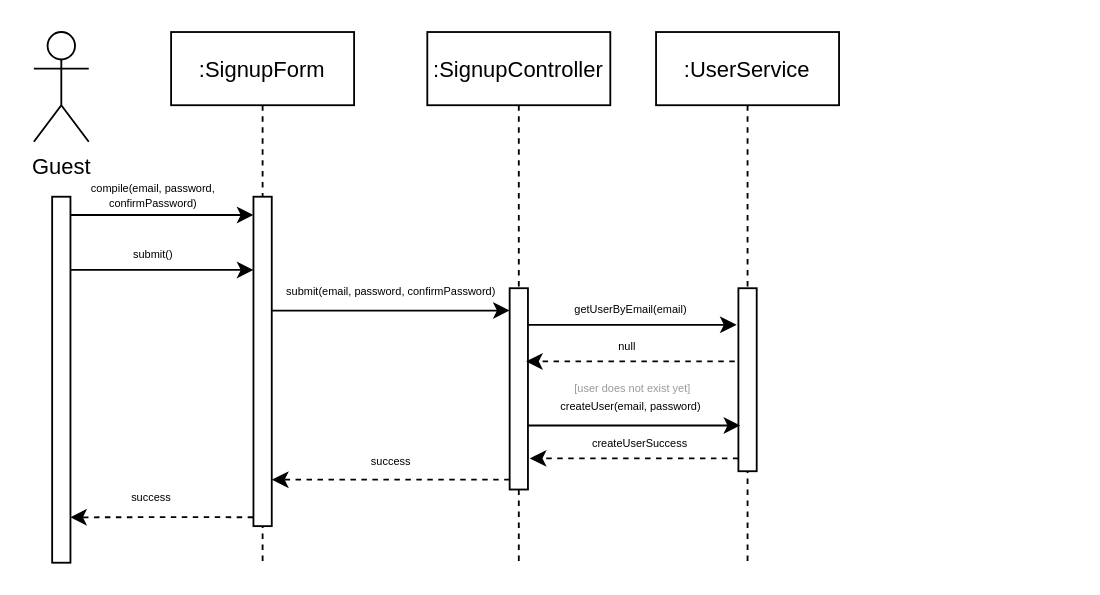
Gprisco/winer-unisa keeps this draw.io diagram as page "Registrazione" (1 of 2) of Docs/Requirements Analysis/Diagrams/Sequence Diagrams/Autenticazione/Winer.SequenceDiagrams.Autenticazione.drawio. Above is the earlier version. Source tidied: cells renumbered, new cells numbered last; positions are measured from the earlier drawing's top-left corner, leaving out a move shared by most shapes. Both pictures are drawn from the tidied source at 183%, with x=0, y=0 at pixel (33, 31).
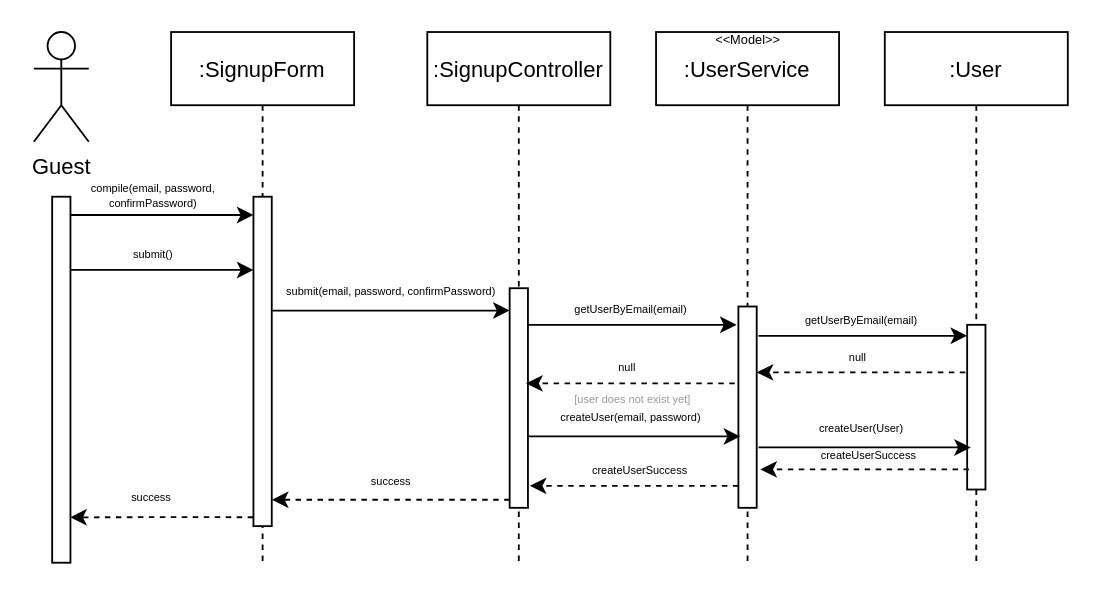
The same diagram, later.

Unchanged cells that the change refers to:
```xml
<mxCell id="3" style="points=[];perimeter=orthogonalPerimeter;rounded=0;shadow=0;strokeWidth=1;" parent="2" vertex="1">
  <mxGeometry x="45" y="90" width="10" height="180" as="geometry" />
</mxCell>
<mxCell id="7" value=":SignupController" style="shape=umlLifeline;perimeter=lifelinePerimeter;rounded=0;shadow=0;strokeWidth=1;" parent="1" vertex="1">
  <mxGeometry x="215" width="100" height="290" as="geometry" />
</mxCell>
<mxCell id="14" value=":UserService" style="shape=umlLifeline;perimeter=lifelinePerimeter;rounded=0;shadow=0;strokeWidth=1;" parent="1" vertex="1">
  <mxGeometry x="340" width="100" height="290" as="geometry" />
</mxCell>
```

Change to the diagram source:
```diff
@@
     <mxCell id="8" style="points=[];perimeter=orthogonalPerimeter;rounded=0;shadow=0;strokeWidth=1;" parent="7" vertex="1">
-      <mxGeometry x="45" y="140" width="10" height="110" as="geometry" />
+      <mxGeometry x="45" y="140" width="10" height="120" as="geometry" />
     </mxCell>
@@
     <mxCell id="15" style="points=[];perimeter=orthogonalPerimeter;rounded=0;shadow=0;strokeWidth=1;" parent="14" vertex="1">
-      <mxGeometry x="45" y="140" width="10" height="100" as="geometry" />
+      <mxGeometry x="45" y="150" width="10" height="110" as="geometry" />
     </mxCell>
     <mxCell id="16" value="createUserSuccess" style="text;html=1;align=center;verticalAlign=middle;strokeColor=none;fillColor=none;fontSize=6;" parent="14" vertex="1">
-      <mxGeometry x="-44" y="220" width="70" height="10" as="geometry" />
+      <mxGeometry x="-44" y="235" width="70" height="10" as="geometry" />
     </mxCell>
+    <mxCell id="29" value="&amp;lt;&amp;lt;Model&amp;gt;&amp;gt;" style="text;html=1;align=center;verticalAlign=middle;strokeColor=none;fillColor=none;fontSize=7;" parent="14" vertex="1">
+      <mxGeometry x="25" width="50" height="10" as="geometry" />
+    </mxCell>
@@
     <mxCell id="19" style="edgeStyle=orthogonalEdgeStyle;rounded=0;orthogonalLoop=1;jettySize=auto;html=1;fontSize=6;dashed=1;" parent="1" edge="1">
       <mxGeometry relative="1" as="geometry">
-        <mxPoint x="383" y="180" as="sourcePoint" />
-        <mxPoint x="269" y="180" as="targetPoint" />
+        <mxPoint x="383" y="192" as="sourcePoint" />
+        <mxPoint x="269" y="192" as="targetPoint" />
         <Array as="points">
-          <mxPoint x="269" y="180" />
+          <mxPoint x="269" y="192" />
         </Array>
       </mxGeometry>
     </mxCell>
     <mxCell id="20" value="null" style="text;html=1;align=center;verticalAlign=middle;strokeColor=none;fillColor=none;fontSize=6;" parent="1" vertex="1">
-      <mxGeometry x="314" y="167" width="20" height="10" as="geometry" />
+      <mxGeometry x="314" y="179" width="20" height="10" as="geometry" />
     </mxCell>
-    <mxCell id="21" style="edgeStyle=orthogonalEdgeStyle;rounded=0;jettySize=auto;html=1;entryX=0.1;entryY=0.75;entryDx=0;entryDy=0;entryPerimeter=0;fontSize=6;" parent="1" edge="1" source="8" target="15">
+    <mxCell id="21" style="edgeStyle=orthogonalEdgeStyle;rounded=0;orthogonalLoop=1;jettySize=auto;html=1;entryX=0.1;entryY=0.75;entryDx=0;entryDy=0;entryPerimeter=0;fontSize=6;" parent="1" edge="1">
       <mxGeometry relative="1" as="geometry">
+        <mxPoint x="270" y="221" as="sourcePoint" />
+        <mxPoint x="386" y="221" as="targetPoint" />
         <Array as="points">
-          <mxPoint x="295" y="215" />
-          <mxPoint x="295" y="215" />
+          <mxPoint x="295" y="221" />
+          <mxPoint x="295" y="221" />
         </Array>
       </mxGeometry>
     </mxCell>
     <mxCell id="22" value="createUser(email, password)" style="text;html=1;align=center;verticalAlign=middle;strokeColor=none;fillColor=none;fontSize=6;" parent="1" vertex="1">
-      <mxGeometry x="281" y="200" width="90" height="10" as="geometry" />
+      <mxGeometry x="281" y="206" width="90" height="10" as="geometry" />
     </mxCell>
-    <mxCell id="23" style="edgeStyle=orthogonalEdgeStyle;rounded=0;jettySize=auto;html=1;fontSize=6;dashed=1;" parent="1" edge="1" source="15">
+    <mxCell id="23" style="edgeStyle=orthogonalEdgeStyle;rounded=0;orthogonalLoop=1;jettySize=auto;html=1;fontSize=6;dashed=1;" parent="1" edge="1">
       <mxGeometry relative="1" as="geometry">
-        <mxPoint x="271" y="233" as="targetPoint" />
+        <mxPoint x="385" y="248" as="sourcePoint" />
+        <mxPoint x="271" y="248" as="targetPoint" />
         <Array as="points">
-          <mxPoint x="271" y="233" />
+          <mxPoint x="271" y="248" />
         </Array>
       </mxGeometry>
     </mxCell>
-    <mxCell id="24" style="edgeStyle=orthogonalEdgeStyle;rounded=0;jettySize=auto;html=1;entryX=1.012;entryY=0.859;entryDx=0;entryDy=0;entryPerimeter=0;dashed=1;fontSize=6;" parent="1" edge="1" source="8" target="3">
+    <mxCell id="24" style="edgeStyle=orthogonalEdgeStyle;rounded=0;orthogonalLoop=1;jettySize=auto;html=1;entryX=1.012;entryY=0.859;entryDx=0;entryDy=0;entryPerimeter=0;dashed=1;fontSize=6;" parent="1" edge="1">
       <mxGeometry relative="1" as="geometry">
+        <mxPoint x="260" y="255.6" as="sourcePoint" />
+        <mxPoint x="130.1" y="255.6" as="targetPoint" />
         <Array as="points">
-          <mxPoint x="225" y="245" />
+          <mxPoint x="225" y="256" />
         </Array>
       </mxGeometry>
     </mxCell>
     <mxCell id="25" value="success" style="text;html=1;align=center;verticalAlign=middle;strokeColor=none;fillColor=none;fontSize=6;" parent="1" vertex="1">
-      <mxGeometry x="175" y="230" width="40" height="10" as="geometry" />
+      <mxGeometry x="175" y="241" width="40" height="10" as="geometry" />
     </mxCell>
     <mxCell id="26" value="[user does not exist yet]" style="text;html=1;align=center;verticalAlign=middle;strokeColor=none;fillColor=none;fontSize=6;fontColor=#999999;" parent="1" vertex="1">
-      <mxGeometry x="287" y="190" width="80" height="10" as="geometry" />
+      <mxGeometry x="287" y="196" width="80" height="10" as="geometry" />
     </mxCell>
@@
+    <mxCell id="30" value=":User" style="shape=umlLifeline;perimeter=lifelinePerimeter;rounded=0;shadow=0;strokeWidth=1;" parent="1" vertex="1">
+      <mxGeometry x="465" width="100" height="290" as="geometry" />
+    </mxCell>
+    <mxCell id="31" style="perimeter=orthogonalPerimeter;rounded=0;shadow=0;strokeWidth=1;" parent="30" vertex="1">
+      <mxGeometry x="45" y="160" width="10" height="90" as="geometry" />
+    </mxCell>
+    <mxCell id="32" value="createUserSuccess" style="text;html=1;align=center;verticalAlign=middle;strokeColor=none;fillColor=none;fontSize=6;" parent="30" vertex="1">
+      <mxGeometry x="-44" y="227" width="70" height="10" as="geometry" />
+    </mxCell>
+    <mxCell id="33" style="edgeStyle=orthogonalEdgeStyle;rounded=0;orthogonalLoop=1;jettySize=auto;html=1;fontSize=6;" parent="1" edge="1">
+      <mxGeometry relative="1" as="geometry">
+        <mxPoint x="396" y="166" as="sourcePoint" />
+        <mxPoint x="510" y="166" as="targetPoint" />
+        <Array as="points">
+          <mxPoint x="510" y="166" />
+        </Array>
+      </mxGeometry>
+    </mxCell>
+    <mxCell id="34" style="edgeStyle=orthogonalEdgeStyle;rounded=0;orthogonalLoop=1;jettySize=auto;html=1;fontSize=6;dashed=1;" parent="1" edge="1">
+      <mxGeometry relative="1" as="geometry">
+        <mxPoint x="509" y="186" as="sourcePoint" />
+        <mxPoint x="395" y="186" as="targetPoint" />
+        <Array as="points">
+          <mxPoint x="395" y="186" />
+        </Array>
+      </mxGeometry>
+    </mxCell>
+    <mxCell id="35" value="null" style="text;html=1;align=center;verticalAlign=middle;strokeColor=none;fillColor=none;fontSize=6;" parent="1" vertex="1">
+      <mxGeometry x="440" y="173" width="20" height="10" as="geometry" />
+    </mxCell>
+    <mxCell id="36" style="edgeStyle=orthogonalEdgeStyle;rounded=0;orthogonalLoop=1;jettySize=auto;html=1;entryX=0.1;entryY=0.75;entryDx=0;entryDy=0;entryPerimeter=0;fontSize=6;" parent="1" edge="1">
+      <mxGeometry relative="1" as="geometry">
+        <mxPoint x="396" y="227" as="sourcePoint" />
+        <mxPoint x="512" y="227" as="targetPoint" />
+        <Array as="points">
+          <mxPoint x="421" y="227" />
+          <mxPoint x="421" y="227" />
+        </Array>
+      </mxGeometry>
+    </mxCell>
+    <mxCell id="37" value="createUser(User)" style="text;html=1;align=center;verticalAlign=middle;strokeColor=none;fillColor=none;fontSize=6;" parent="1" vertex="1">
+      <mxGeometry x="422" y="212" width="60" height="10" as="geometry" />
+    </mxCell>
+    <mxCell id="38" style="edgeStyle=orthogonalEdgeStyle;rounded=0;orthogonalLoop=1;jettySize=auto;html=1;fontSize=6;dashed=1;" parent="1" edge="1">
+      <mxGeometry relative="1" as="geometry">
+        <mxPoint x="511" y="239" as="sourcePoint" />
+        <mxPoint x="397" y="239" as="targetPoint" />
+        <Array as="points">
+          <mxPoint x="397" y="239" />
+        </Array>
+      </mxGeometry>
+    </mxCell>
+    <mxCell id="39" value="getUserByEmail(email)" style="text;html=1;align=center;verticalAlign=middle;strokeColor=none;fillColor=none;fontSize=6;" parent="1" vertex="1">
+      <mxGeometry x="412" y="153" width="80" height="10" as="geometry" />
+    </mxCell>
```
